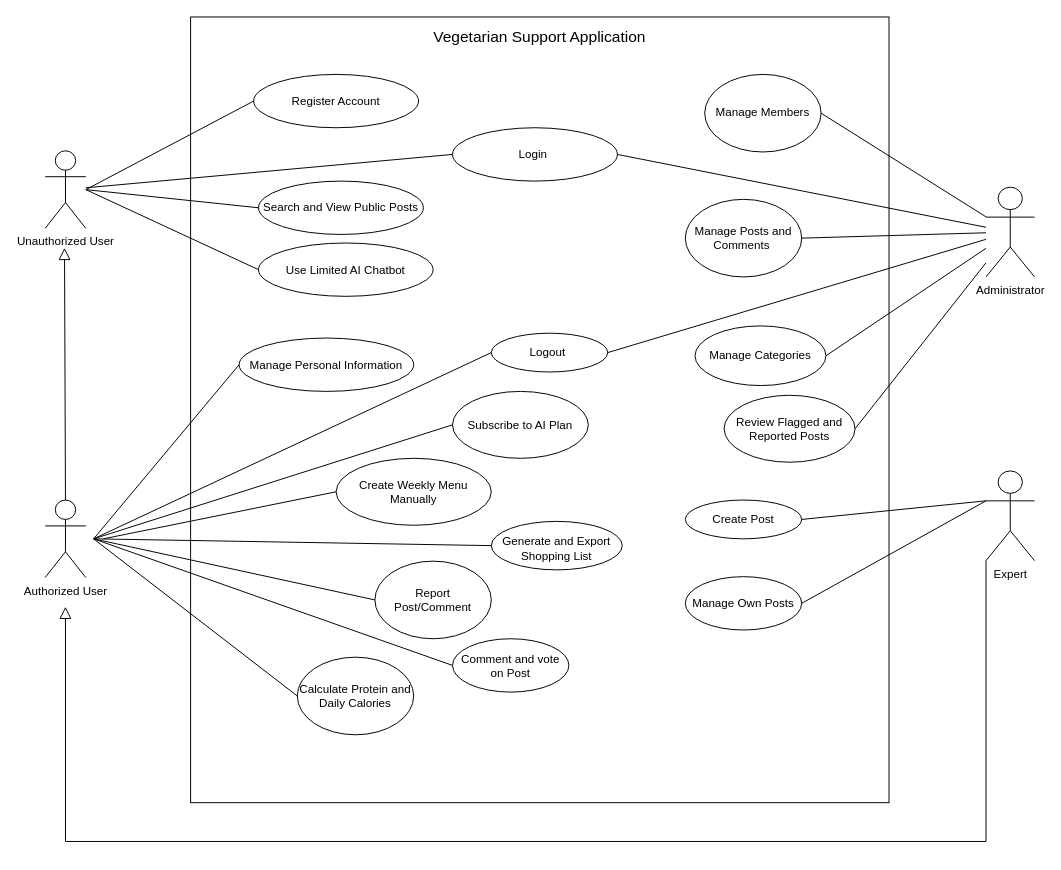
The draw.io diagram docs/diagrams/UseCase/usecase-vegetarian-support-application.drawio in NgaiLong49423/vegetarian-support-system, before the edit. Source tidied: cells renumbered, new cells numbered last; positions are measured from the earlier drawing's top-left corner, leaving out a move shared by most shapes. Both pictures are drawn from the tidied source at 97%, with x=0, y=0 at pixel (45, 16).
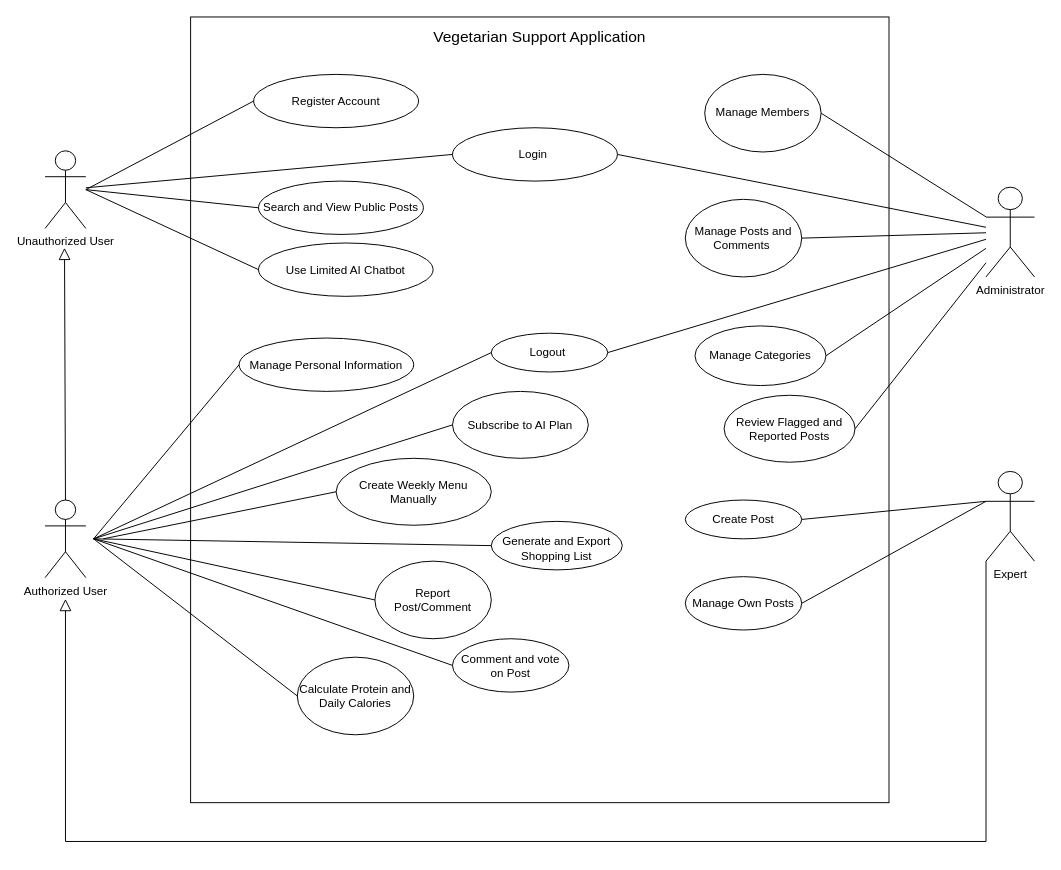
The same page after the edit.

Commit message (it also covers changes not shown here):
chore(diagram): update use case diagram and associated image

What changed in the source:
```diff
@@
     <mxCell id="45" value="Expert" style="shape=umlActor;verticalLabelPosition=bottom;verticalAlign=top;html=1;outlineConnect=0;strokeWidth=1;fontFamily=Helvetica;fontSize=12;" parent="1" vertex="1">
-      <mxGeometry x="970" y="468" width="50" height="92.5" as="geometry" />
+      <mxGeometry x="970" y="468.5" width="50" height="92.5" as="geometry" />
     </mxCell>
-    <mxCell id="46" style="endArrow=block;endSize=10;endFill=0;html=1;rounded=0;strokeWidth=1;exitX=0;exitY=1;exitDx=0;exitDy=0;exitPerimeter=0;fontSize=12;edgeStyle=orthogonalEdgeStyle;" parent="1" edge="1" source="45">
+    <mxCell id="46" style="endArrow=block;endSize=10;endFill=0;html=1;rounded=0;strokeWidth=1;fontSize=12;edgeStyle=orthogonalEdgeStyle;" parent="1" edge="1" source="45">
       <mxGeometry relative="1" as="geometry">
-        <mxPoint x="21" y="608" as="targetPoint" />
+        <mxPoint x="21" y="600" as="targetPoint" />
         <Array as="points">
           <mxPoint x="970" y="850" />
-          <mxPoint x="21.1" y="850" />
+          <mxPoint x="21" y="850" />
         </Array>
       </mxGeometry>
     </mxCell>
```
